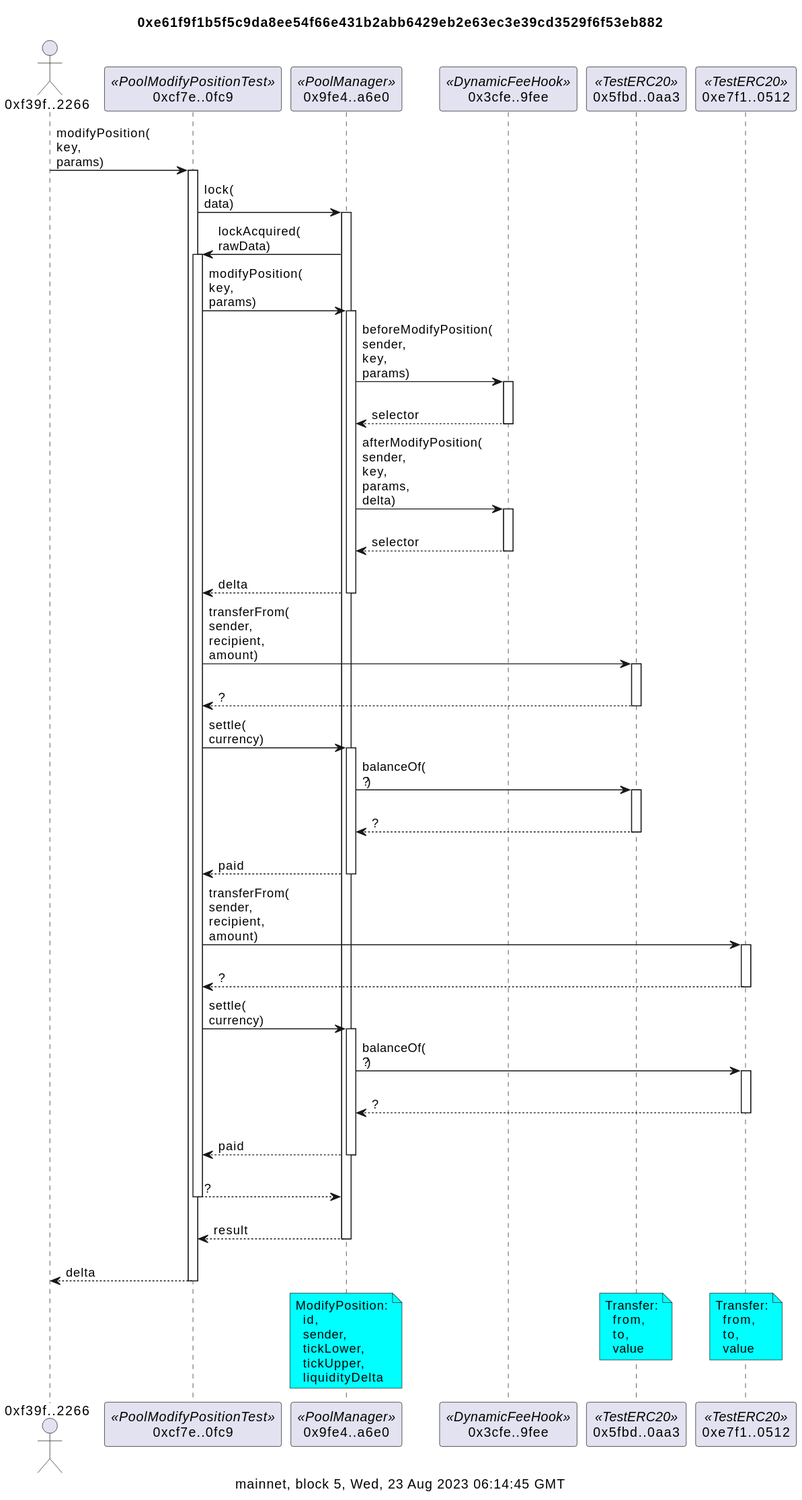
Earlier version of the PlantUML export docs/dynamicFeeDepositSummary.svg (naddison36/uniswap-v4-hooks).
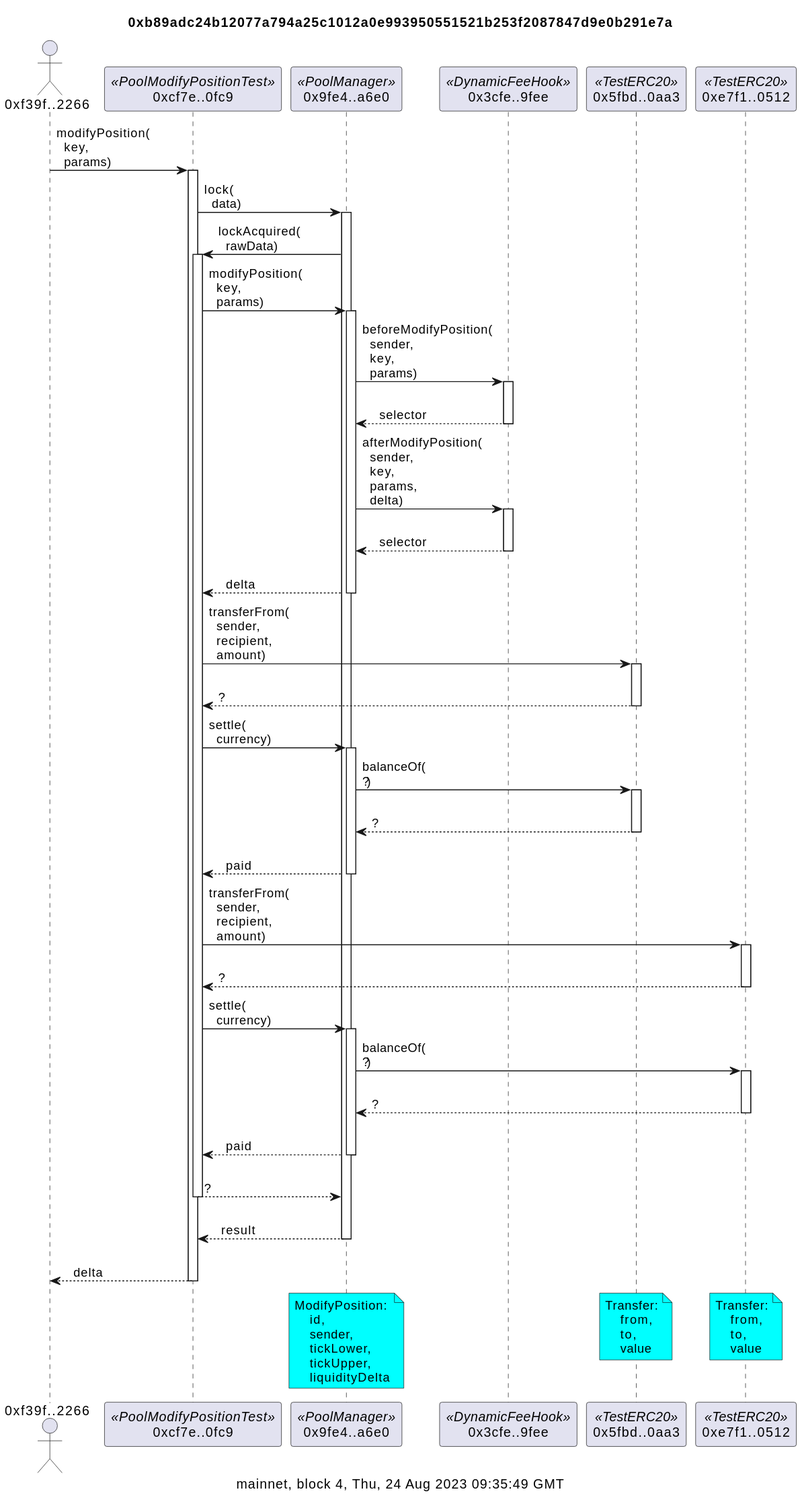
Later version of the same file.

Change to the diagram source:
```diff
@@ -1,7 +1,7 @@
 @startuml
-title 0xe61f9f1b5f5c9da8ee54f66e431b2abb6429eb2e63ec3e39cd3529f6f53eb882
+title 0xb89adc24b12077a794a25c1012a0e993950551521b253f2087847d9e0b291e7a
 
-caption mainnet, block 5, Wed, 23 Aug 2023 06:14:45 GMT
+caption mainnet, block 4, Thu, 24 Aug 2023 09:35:49 GMT
 actor "0xf39f..2266" as f39f2266
 participant "0xcf7e..0fc9" as cf7e0fc9 <<PoolModifyPositionTest>>
 participant "0x9fe4..a6e0" as 9fe4a6e0 <<PoolManager>>
@@ -9,63 +9,63 @@
 participant "0x5fbd..0aa3" as 5fbd0aa3 <<TestERC20>>
 participant "0xe7f1..0512" as e7f10512 <<TestERC20>>
 
-f39f2266 -> cf7e0fc9: modifyPosition(\nkey,\nparams)
+f39f2266 -> cf7e0fc9: modifyPosition(\n  key,\n  params)
 activate cf7e0fc9
-cf7e0fc9 -> 9fe4a6e0: lock(\ndata)
+cf7e0fc9 -> 9fe4a6e0: lock(\n  data)
 activate 9fe4a6e0
-9fe4a6e0 -> cf7e0fc9: lockAcquired(\nrawData)
+9fe4a6e0 -> cf7e0fc9: lockAcquired(\n  rawData)
 activate cf7e0fc9
-cf7e0fc9 -> 9fe4a6e0: modifyPosition(\nkey,\nparams)
+cf7e0fc9 -> 9fe4a6e0: modifyPosition(\n  key,\n  params)
 activate 9fe4a6e0
-9fe4a6e0 -> 3cfe9fee: beforeModifyPosition(\nsender,\nkey,\nparams)
+9fe4a6e0 -> 3cfe9fee: beforeModifyPosition(\n  sender,\n  key,\n  params)
 activate 3cfe9fee
-return\nselector
-9fe4a6e0 -> 3cfe9fee: afterModifyPosition(\nsender,\nkey,\nparams,\ndelta)
+return\n  selector
+9fe4a6e0 -> 3cfe9fee: afterModifyPosition(\n  sender,\n  key,\n  params,\n  delta)
 activate 3cfe9fee
-return\nselector
-return\ndelta
-cf7e0fc9 -> 5fbd0aa3: transferFrom(\nsender,\nrecipient,\namount)
+return\n  selector
+return\n  delta
+cf7e0fc9 -> 5fbd0aa3: transferFrom(\n  sender,\n  recipient,\n  amount)
 activate 5fbd0aa3
 return\n?
-cf7e0fc9 -> 9fe4a6e0: settle(\ncurrency)
+cf7e0fc9 -> 9fe4a6e0: settle(\n  currency)
 activate 9fe4a6e0
 9fe4a6e0 -> 5fbd0aa3: balanceOf(\n?)
 activate 5fbd0aa3
 return\n?
-return\npaid
-cf7e0fc9 -> e7f10512: transferFrom(\nsender,\nrecipient,\namount)
+return\n  paid
+cf7e0fc9 -> e7f10512: transferFrom(\n  sender,\n  recipient,\n  amount)
 activate e7f10512
 return\n?
-cf7e0fc9 -> 9fe4a6e0: settle(\ncurrency)
+cf7e0fc9 -> 9fe4a6e0: settle(\n  currency)
 activate 9fe4a6e0
 9fe4a6e0 -> e7f10512: balanceOf(\n?)
 activate e7f10512
 return\n?
-return\npaid
+return\n  paid
 return\n?
-return\nresult
-return\ndelta
+return\n  result
+return\n  delta
 
 note over 9fe4a6e0 #aqua
 ModifyPosition:
-  id,
-  sender,
-  tickLower,
-  tickUpper,
-  liquidityDelta
+    id,
+    sender,
+    tickLower,
+    tickUpper,
+    liquidityDelta
 end note
 
 / note over 5fbd0aa3 #aqua
 Transfer:
-  from,
-  to,
-  value
+    from,
+    to,
+    value
 end note
 
 / note over e7f10512 #aqua
 Transfer:
-  from,
-  to,
-  value
+    from,
+    to,
+    value
 end note
 @enduml
```
